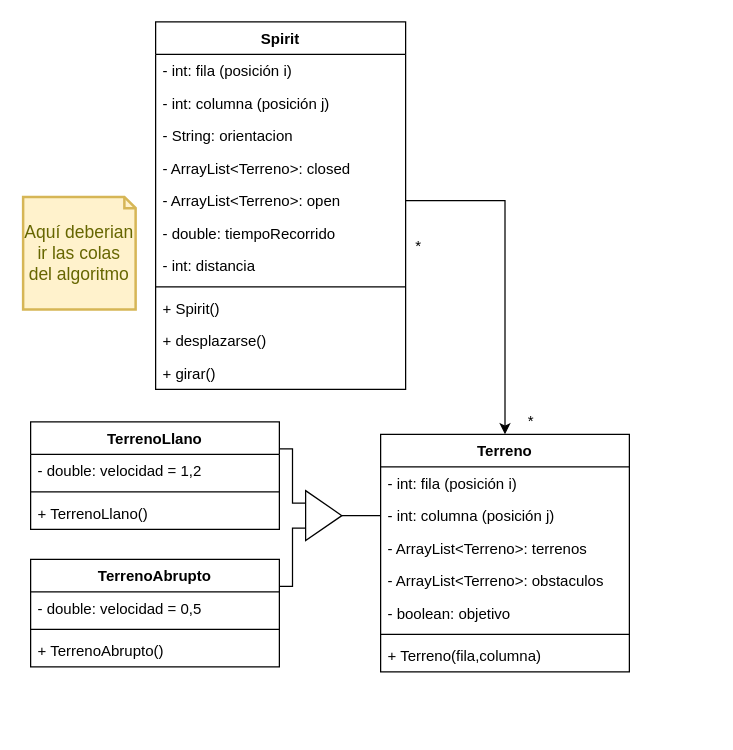
fibbs-bs/Spirit-BestFirstSearch keeps this draw.io diagram as Modelamiento/modelo.drawio. Above is the earlier version. Source tidied: cells renumbered, new cells numbered last; positions are measured from the earlier drawing's top-left corner, leaving out a move shared by most shapes. Both pictures are drawn from the tidied source at 125%, with x=0, y=0 at pixel (22, 21).
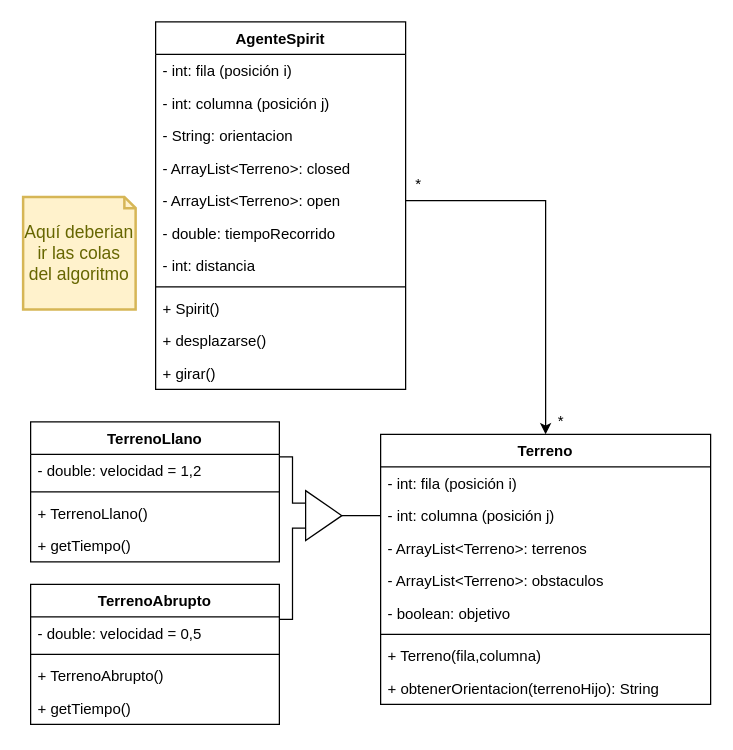
After the change.

Change to the diagram source:
```diff
@@
     <mxCell id="2" value="Terreno" style="swimlane;fontStyle=1;align=center;verticalAlign=top;horizontal=1;startSize=26;" parent="1" vertex="1">
-      <mxGeometry x="286" y="330" width="199" height="190" as="geometry" />
+      <mxGeometry x="286" y="330" width="264" height="216" as="geometry" />
     </mxCell>
     <mxCell id="3" value="- int: fila (posición i)" style="text;strokeColor=none;fillColor=none;align=left;verticalAlign=top;spacingLeft=4;spacingRight=4;overflow=hidden;" parent="2" vertex="1">
-      <mxGeometry y="26" width="199" height="26" as="geometry" />
+      <mxGeometry y="26" width="264" height="26" as="geometry" />
     </mxCell>
     <mxCell id="4" value="- int: columna (posición j)" style="text;strokeColor=none;fillColor=none;align=left;verticalAlign=top;spacingLeft=4;spacingRight=4;overflow=hidden;points=[[0,0.5],[1,0.5]];portConstraint=eastwest;" parent="2" vertex="1">
-      <mxGeometry y="52" width="199" height="26" as="geometry" />
+      <mxGeometry y="52" width="264" height="26" as="geometry" />
     </mxCell>
     <mxCell id="5" value="- ArrayList&lt;Terreno&gt;: terrenos" style="text;strokeColor=none;fillColor=none;align=left;verticalAlign=top;spacingLeft=4;spacingRight=4;overflow=hidden;" parent="2" vertex="1">
-      <mxGeometry y="78" width="199" height="26" as="geometry" />
+      <mxGeometry y="78" width="264" height="26" as="geometry" />
     </mxCell>
     <mxCell id="6" value="- ArrayList&lt;Terreno&gt;: obstaculos" style="text;strokeColor=none;fillColor=none;align=left;verticalAlign=top;spacingLeft=4;spacingRight=4;overflow=hidden;" parent="2" vertex="1">
-      <mxGeometry y="104" width="199" height="26" as="geometry" />
+      <mxGeometry y="104" width="264" height="26" as="geometry" />
     </mxCell>
     <mxCell id="7" value="- boolean: objetivo" style="text;strokeColor=none;fillColor=none;align=left;verticalAlign=top;spacingLeft=4;spacingRight=4;overflow=hidden;" parent="2" vertex="1">
-      <mxGeometry y="130" width="199" height="26" as="geometry" />
+      <mxGeometry y="130" width="264" height="26" as="geometry" />
     </mxCell>
     <mxCell id="8" style="line;strokeWidth=1;fillColor=none;align=left;verticalAlign=middle;spacingTop=-1;spacingLeft=3;spacingRight=3;labelPosition=right;" parent="2" vertex="1">
-      <mxGeometry y="156" width="199" height="8" as="geometry" />
+      <mxGeometry y="156" width="264" height="8" as="geometry" />
     </mxCell>
     <mxCell id="9" value="+ Terreno(fila,columna)" style="text;strokeColor=none;fillColor=none;align=left;verticalAlign=top;spacingLeft=4;spacingRight=4;overflow=hidden;" parent="2" vertex="1">
-      <mxGeometry y="164" width="199" height="26" as="geometry" />
+      <mxGeometry y="164" width="264" height="26" as="geometry" />
     </mxCell>
+    <mxCell id="38" value="+ obtenerOrientacion(terrenoHijo): String" style="text;strokeColor=none;fillColor=none;align=left;verticalAlign=top;spacingLeft=4;spacingRight=4;overflow=hidden;" parent="2" vertex="1">
+      <mxGeometry y="190" width="264" height="26" as="geometry" />
+    </mxCell>
-    <mxCell id="10" value="Spirit" style="swimlane;fontStyle=1;align=center;verticalAlign=top;horizontal=1;startSize=26;" parent="1" vertex="1">
+    <mxCell id="10" value="AgenteSpirit" style="swimlane;fontStyle=1;align=center;verticalAlign=top;horizontal=1;startSize=26;" parent="1" vertex="1">
       <mxGeometry x="106" width="200" height="294" as="geometry" />
     </mxCell>
@@
     <mxCell id="24" value="TerrenoLlano" style="swimlane;fontStyle=1;align=center;verticalAlign=top;horizontal=1;startSize=26;" parent="1" vertex="1">
-      <mxGeometry x="6" y="320" width="199" height="86" as="geometry" />
+      <mxGeometry x="6" y="320" width="199" height="112" as="geometry" />
     </mxCell>
@@
+    <mxCell id="39" value="+ TerrenoLlano()" style="text;strokeColor=none;fillColor=none;align=left;verticalAlign=top;spacingLeft=4;spacingRight=4;overflow=hidden;" parent="24" vertex="1">
+      <mxGeometry y="60" width="199" height="26" as="geometry" />
+    </mxCell>
-    <mxCell id="27" value="+ TerrenoLlano()" style="text;strokeColor=none;fillColor=none;align=left;verticalAlign=top;spacingLeft=4;spacingRight=4;overflow=hidden;" parent="24" vertex="1">
-      <mxGeometry y="60" width="199" height="26" as="geometry" />
+    <mxCell id="27" value="+ getTiempo()" style="text;strokeColor=none;fillColor=none;align=left;verticalAlign=top;spacingLeft=4;spacingRight=4;overflow=hidden;" parent="24" vertex="1">
+      <mxGeometry y="86" width="199" height="26" as="geometry" />
     </mxCell>
@@
     <mxCell id="29" value="TerrenoAbrupto" style="swimlane;fontStyle=1;align=center;verticalAlign=top;horizontal=1;startSize=26;" parent="1" vertex="1">
-      <mxGeometry x="6" y="430" width="199" height="86" as="geometry" />
+      <mxGeometry x="6" y="450" width="199" height="112" as="geometry" />
     </mxCell>
@@
+    <mxCell id="40" value="+ TerrenoAbrupto()" style="text;strokeColor=none;fillColor=none;align=left;verticalAlign=top;spacingLeft=4;spacingRight=4;overflow=hidden;" parent="29" vertex="1">
+      <mxGeometry y="60" width="199" height="26" as="geometry" />
+    </mxCell>
-    <mxCell id="32" value="+ TerrenoAbrupto()" style="text;strokeColor=none;fillColor=none;align=left;verticalAlign=top;spacingLeft=4;spacingRight=4;overflow=hidden;" parent="29" vertex="1">
-      <mxGeometry y="60" width="199" height="26" as="geometry" />
+    <mxCell id="32" value="+ getTiempo()" style="text;strokeColor=none;fillColor=none;align=left;verticalAlign=top;spacingLeft=4;spacingRight=4;overflow=hidden;" parent="29" vertex="1">
+      <mxGeometry y="86" width="199" height="26" as="geometry" />
     </mxCell>
@@
     <mxCell id="36" value="*" style="text;html=1;align=center;verticalAlign=middle;strokeColor=none;fillColor=none;" parent="1" vertex="1">
-      <mxGeometry x="396" y="310" width="20" height="20" as="geometry" />
+      <mxGeometry x="420" y="310" width="20" height="20" as="geometry" />
     </mxCell>
     <mxCell id="37" value="*" style="text;html=1;align=center;verticalAlign=middle;strokeColor=none;fillColor=none;" parent="1" vertex="1">
-      <mxGeometry x="306" y="170" width="20" height="20" as="geometry" />
+      <mxGeometry x="306" y="120" width="20" height="20" as="geometry" />
     </mxCell>
```
